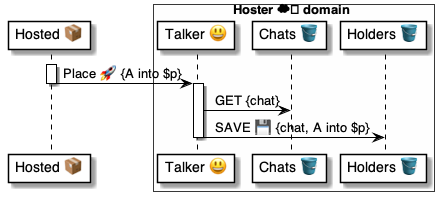
pollyweb-org/pollyweb-docs keeps this PlantUML diagram as 4 ⚙️ Solution/35 💬 Chats/Talkers 😃/😃🅰️ Talker methods/Place 🧑‍💻🚀😃/😃 Place ⚙️ uml.png. Above is the earlier version. Its source is kept beside it as 4 ⚙️ Solution/35 💬 Chats/Talkers 😃/😃🅰️ Talker methods/Place 🧑‍💻🚀😃/😃 Place ⚙️ uml.puml. The source it was exported from:
```plantuml
@startuml Place@Talker

participant "Hosted 📦" as hosted

box Hoster ☁️ domain #FFFFFA
    participant "Talker 😃" as talker
    participant "Chats 🪣" as chats
    participant "Holders 🪣" as holders
end box


activate hosted
    hosted -> talker: Place 🚀 {A into $p}
deactivate hosted

activate talker
    talker -> chats: GET {chat}
    talker -> holders: SAVE 💾 {chat, A into $p}
deactivate talker

@enduml
```
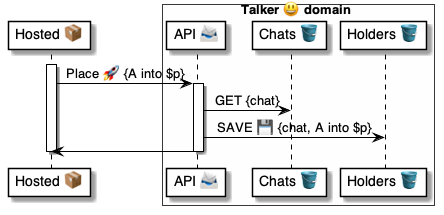
The same diagram one commit later.

The edit, as a diff of the source:
```diff
@@ -2,8 +2,8 @@
 
 participant "Hosted 📦" as hosted
 
-box Hoster ☁️ domain #FFFFFA
-    participant "Talker 😃" as talker
+box Talker 😃 domain #FFFFFA
+    participant "API 📨" as talker
     participant "Chats 🪣" as chats
     participant "Holders 🪣" as holders
 end box
@@ -11,11 +11,13 @@
 
 activate hosted
     hosted -> talker: Place 🚀 {A into $p}
+
+    activate talker
+        talker -> chats: GET {chat}
+        talker -> holders: SAVE 💾 {chat, A into $p}
+        talker -> hosted:
+    deactivate talker
+
 deactivate hosted
 
-activate talker
-    talker -> chats: GET {chat}
-    talker -> holders: SAVE 💾 {chat, A into $p}
-deactivate talker
-
 @enduml
```
